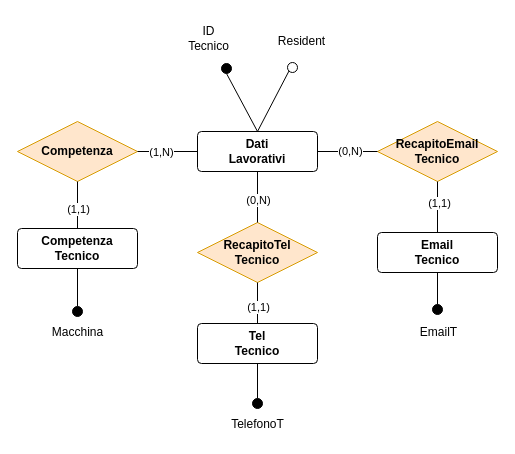
fedeStaffo/Progetto_Basi_di_dati keeps this draw.io diagram as Diagrammi/tecnico2 multivalore.drawio. Above is the earlier version. Source tidied: cells renumbered, new cells numbered last; positions are measured from the earlier drawing's top-left corner, leaving out a move shared by most shapes. Both pictures are drawn from the tidied source at 100%, with x=0, y=0 at pixel (17, 17).
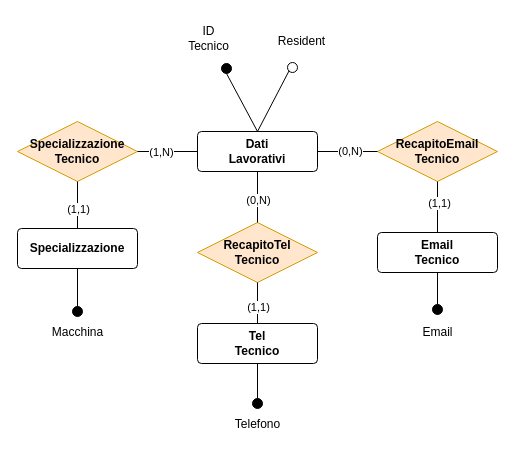
Above is the later version.

Commit message (it also covers changes not shown here):
modificata relazione competenza: specializzazione

Diff of the diagram source:
```diff
@@
-    <mxCell id="11" value="&lt;b&gt;Competenza&lt;/b&gt;" style="shape=rhombus;perimeter=rhombusPerimeter;whiteSpace=wrap;html=1;align=center;fillColor=#ffe6cc;strokeColor=#d79b00;" parent="1" vertex="1">
+    <mxCell id="11" value="&lt;b&gt;Specializzazione&lt;br&gt;Tecnico&lt;br&gt;&lt;/b&gt;" style="shape=rhombus;perimeter=rhombusPerimeter;whiteSpace=wrap;html=1;align=center;fillColor=#ffe6cc;strokeColor=#d79b00;" parent="1" vertex="1">
       <mxGeometry y="104" width="120" height="60" as="geometry" />
     </mxCell>
-    <mxCell id="12" value="&lt;b&gt;Competenza&lt;br&gt;Tecnico&lt;br&gt;&lt;/b&gt;" style="rounded=1;arcSize=10;whiteSpace=wrap;html=1;align=center;" parent="1" vertex="1">
+    <mxCell id="12" value="&lt;b&gt;Specializzazione&lt;br&gt;&lt;/b&gt;" style="rounded=1;arcSize=10;whiteSpace=wrap;html=1;align=center;" parent="1" vertex="1">
       <mxGeometry y="211" width="120" height="40" as="geometry" />
     </mxCell>
@@
-    <mxCell id="31" value="TelefonoT" style="text;html=1;align=center;verticalAlign=middle;strokeColor=none;fillColor=none;" parent="1" vertex="1">
-      <mxGeometry x="204.5" y="394" width="71" height="26" as="geometry" />
+    <mxCell id="31" value="Telefono" style="text;html=1;align=center;verticalAlign=middle;strokeColor=none;fillColor=none;" parent="1" vertex="1">
+      <mxGeometry x="208.5" y="394" width="63" height="26" as="geometry" />
     </mxCell>
-    <mxCell id="32" value="EmailT" style="text;html=1;align=center;verticalAlign=middle;strokeColor=none;fillColor=none;" parent="1" vertex="1">
-      <mxGeometry x="393" y="302" width="55" height="26" as="geometry" />
+    <mxCell id="32" value="Email" style="text;html=1;align=center;verticalAlign=middle;strokeColor=none;fillColor=none;" parent="1" vertex="1">
+      <mxGeometry x="396" y="302" width="48" height="26" as="geometry" />
     </mxCell>
```
